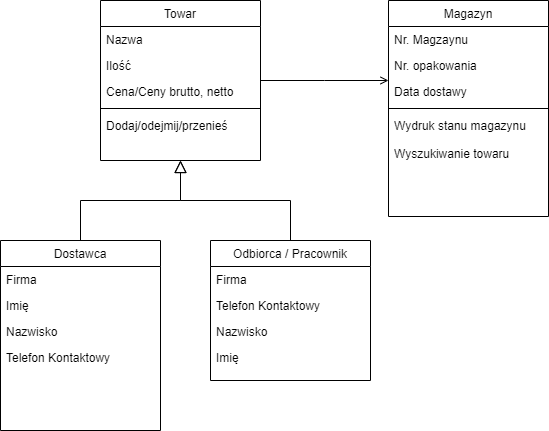
Above: Doc/diag.png in Buczixo/MagazineManagmentProject (draw.io), before the change. Source tidied: cells renumbered, new cells last; positions are measured from the earlier drawing's top-left corner, leaving out a move shared by most shapes. Its diagram source:
```xml
<mxGraphModel>
  <root>
    <mxCell id="0" />
    <mxCell id="1" parent="0" />
    <mxCell id="2" value="Towar" style="swimlane;fontStyle=0;align=center;verticalAlign=top;horizontal=1;startSize=26;rounded=0;shadow=0;strokeWidth=1;" parent="1" vertex="1">
      <mxGeometry x="100" width="160" height="160" as="geometry" />
    </mxCell>
    <mxCell id="3" value="Nazwa" style="text;align=left;verticalAlign=top;spacingLeft=4;spacingRight=4;overflow=hidden;" parent="2" vertex="1">
      <mxGeometry y="26" width="160" height="26" as="geometry" />
    </mxCell>
    <mxCell id="4" value="Ilość" style="text;align=left;verticalAlign=top;spacingLeft=4;spacingRight=4;overflow=hidden;rounded=0;shadow=0;html=0;" parent="2" vertex="1">
      <mxGeometry y="52" width="160" height="26" as="geometry" />
    </mxCell>
    <mxCell id="5" value="Cena/Ceny brutto, netto" style="text;align=left;verticalAlign=top;spacingLeft=4;spacingRight=4;overflow=hidden;rounded=0;shadow=0;html=0;" parent="2" vertex="1">
      <mxGeometry y="78" width="160" height="26" as="geometry" />
    </mxCell>
    <mxCell id="6" style="line;html=1;strokeWidth=1;align=left;verticalAlign=middle;spacingTop=-1;spacingLeft=3;spacingRight=3;labelPosition=right;" parent="2" vertex="1">
      <mxGeometry y="104" width="160" height="8" as="geometry" />
    </mxCell>
    <mxCell id="7" value="Dodaj/odejmij/przenieś" style="text;align=left;verticalAlign=top;spacingLeft=4;spacingRight=4;overflow=hidden;" parent="2" vertex="1">
      <mxGeometry y="112" width="160" height="48" as="geometry" />
    </mxCell>
    <mxCell id="8" value="Dostawca" style="swimlane;fontStyle=0;align=center;verticalAlign=top;horizontal=1;startSize=26;rounded=0;shadow=0;strokeWidth=1;" parent="1" vertex="1">
      <mxGeometry y="240" width="160" height="190" as="geometry" />
    </mxCell>
    <mxCell id="9" value="Firma" style="text;align=left;verticalAlign=top;spacingLeft=4;spacingRight=4;overflow=hidden;" parent="8" vertex="1">
      <mxGeometry y="26" width="160" height="26" as="geometry" />
    </mxCell>
    <mxCell id="10" value="Imię" style="text;align=left;verticalAlign=top;spacingLeft=4;spacingRight=4;overflow=hidden;rounded=0;shadow=0;html=0;" parent="8" vertex="1">
      <mxGeometry y="52" width="160" height="26" as="geometry" />
    </mxCell>
    <mxCell id="11" value="Nazwisko" style="text;align=left;verticalAlign=top;spacingLeft=4;spacingRight=4;overflow=hidden;rounded=0;shadow=0;html=0;" parent="8" vertex="1">
      <mxGeometry y="78" width="160" height="26" as="geometry" />
    </mxCell>
    <mxCell id="12" value="Telefon Kontaktowy" style="text;align=left;verticalAlign=top;spacingLeft=4;spacingRight=4;overflow=hidden;rounded=0;shadow=0;html=0;" parent="8" vertex="1">
      <mxGeometry y="104" width="160" height="26" as="geometry" />
    </mxCell>
    <mxCell id="13" style="endArrow=block;endSize=10;endFill=0;shadow=0;strokeWidth=1;rounded=0;edgeStyle=elbowEdgeStyle;elbow=vertical;" parent="1" edge="1" source="8" target="2">
      <mxGeometry relative="1" as="geometry" />
    </mxCell>
    <mxCell id="14" value="Odbiorca / Pracownik" style="swimlane;fontStyle=0;align=center;verticalAlign=top;horizontal=1;startSize=26;rounded=0;shadow=0;strokeWidth=1;" parent="1" vertex="1">
      <mxGeometry x="210" y="240" width="160" height="140" as="geometry" />
    </mxCell>
    <mxCell id="15" value="Firma" style="text;align=left;verticalAlign=top;spacingLeft=4;spacingRight=4;overflow=hidden;" parent="14" vertex="1">
      <mxGeometry y="26" width="160" height="26" as="geometry" />
    </mxCell>
    <mxCell id="16" value="Telefon Kontaktowy" style="text;align=left;verticalAlign=top;spacingLeft=4;spacingRight=4;overflow=hidden;rounded=0;shadow=0;html=0;" parent="14" vertex="1">
      <mxGeometry y="52" width="160" height="26" as="geometry" />
    </mxCell>
    <mxCell id="17" value="Nazwisko" style="text;align=left;verticalAlign=top;spacingLeft=4;spacingRight=4;overflow=hidden;rounded=0;shadow=0;html=0;" parent="14" vertex="1">
      <mxGeometry y="78" width="160" height="26" as="geometry" />
    </mxCell>
    <mxCell id="18" value="Imię" style="text;align=left;verticalAlign=top;spacingLeft=4;spacingRight=4;overflow=hidden;rounded=0;shadow=0;html=0;" parent="14" vertex="1">
      <mxGeometry y="104" width="160" height="26" as="geometry" />
    </mxCell>
    <mxCell id="19" style="endArrow=block;endSize=10;endFill=0;shadow=0;strokeWidth=1;rounded=0;edgeStyle=elbowEdgeStyle;elbow=vertical;" parent="1" edge="1" source="14" target="2">
      <mxGeometry relative="1" as="geometry" />
    </mxCell>
    <mxCell id="20" value="Magazyn" style="swimlane;fontStyle=0;align=center;verticalAlign=top;horizontal=1;startSize=26;rounded=0;shadow=0;strokeWidth=1;" parent="1" vertex="1">
      <mxGeometry x="388" width="160" height="216" as="geometry" />
    </mxCell>
    <mxCell id="21" value="Nr. Magzaynu" style="text;align=left;verticalAlign=top;spacingLeft=4;spacingRight=4;overflow=hidden;" parent="20" vertex="1">
      <mxGeometry y="26" width="160" height="26" as="geometry" />
    </mxCell>
    <mxCell id="22" value="Nr. opakowania" style="text;align=left;verticalAlign=top;spacingLeft=4;spacingRight=4;overflow=hidden;rounded=0;shadow=0;html=0;" parent="20" vertex="1">
      <mxGeometry y="52" width="160" height="26" as="geometry" />
    </mxCell>
    <mxCell id="23" value="Data dostawy" style="text;align=left;verticalAlign=top;spacingLeft=4;spacingRight=4;overflow=hidden;rounded=0;shadow=0;html=0;" parent="20" vertex="1">
      <mxGeometry y="78" width="160" height="26" as="geometry" />
    </mxCell>
    <mxCell id="24" style="line;html=1;strokeWidth=1;align=left;verticalAlign=middle;spacingTop=-1;spacingLeft=3;spacingRight=3;labelPosition=right;" parent="20" vertex="1">
      <mxGeometry y="104" width="160" height="8" as="geometry" />
    </mxCell>
    <mxCell id="25" value="Wydruk stanu magazynu" style="text;align=left;verticalAlign=top;spacingLeft=4;spacingRight=4;overflow=hidden;" parent="20" vertex="1">
      <mxGeometry y="112" width="160" height="28" as="geometry" />
    </mxCell>
    <mxCell id="26" value="Wyszukiwanie towaru" style="text;align=left;verticalAlign=top;spacingLeft=4;spacingRight=4;overflow=hidden;" parent="20" vertex="1">
      <mxGeometry y="140" width="160" height="26" as="geometry" />
    </mxCell>
    <mxCell id="27" style="endArrow=open;shadow=0;strokeWidth=1;rounded=0;endFill=1;edgeStyle=elbowEdgeStyle;elbow=vertical;fontSize=9;" parent="1" edge="1" source="2" target="20">
      <mxGeometry x="0.5" y="41" relative="1" as="geometry">
        <mxPoint x="-40" y="32" as="offset" />
      </mxGeometry>
    </mxCell>
  </root>
</mxGraphModel>
```
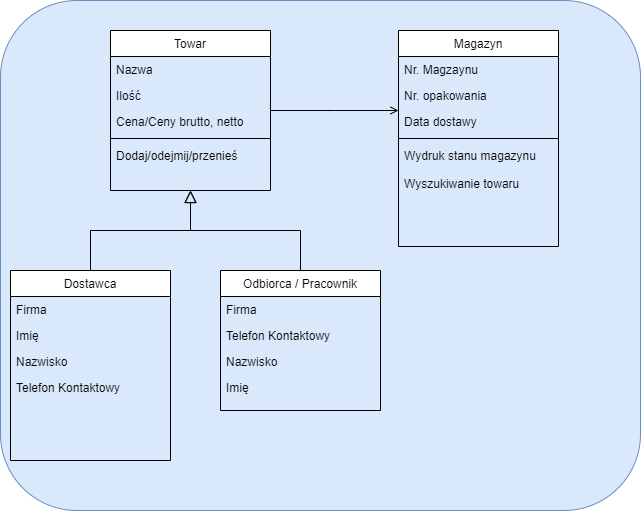
After the commit.

The edit, as a diff of the source:
```diff
@@ -2,6 +2,9 @@
   <root>
     <mxCell id="0" />
     <mxCell id="1" parent="0" />
+    <mxCell id="28" style="rounded=1;whiteSpace=wrap;html=1;fontSize=9;fillColor=#dae8fc;strokeColor=#6c8ebf;" parent="1" vertex="1">
+      <mxGeometry x="-10" y="-30" width="640" height="510" as="geometry" />
+    </mxCell>
     <mxCell id="2" value="Towar" style="swimlane;fontStyle=0;align=center;verticalAlign=top;horizontal=1;startSize=26;rounded=0;shadow=0;strokeWidth=1;" parent="1" vertex="1">
       <mxGeometry x="100" width="160" height="160" as="geometry" />
     </mxCell>
```
